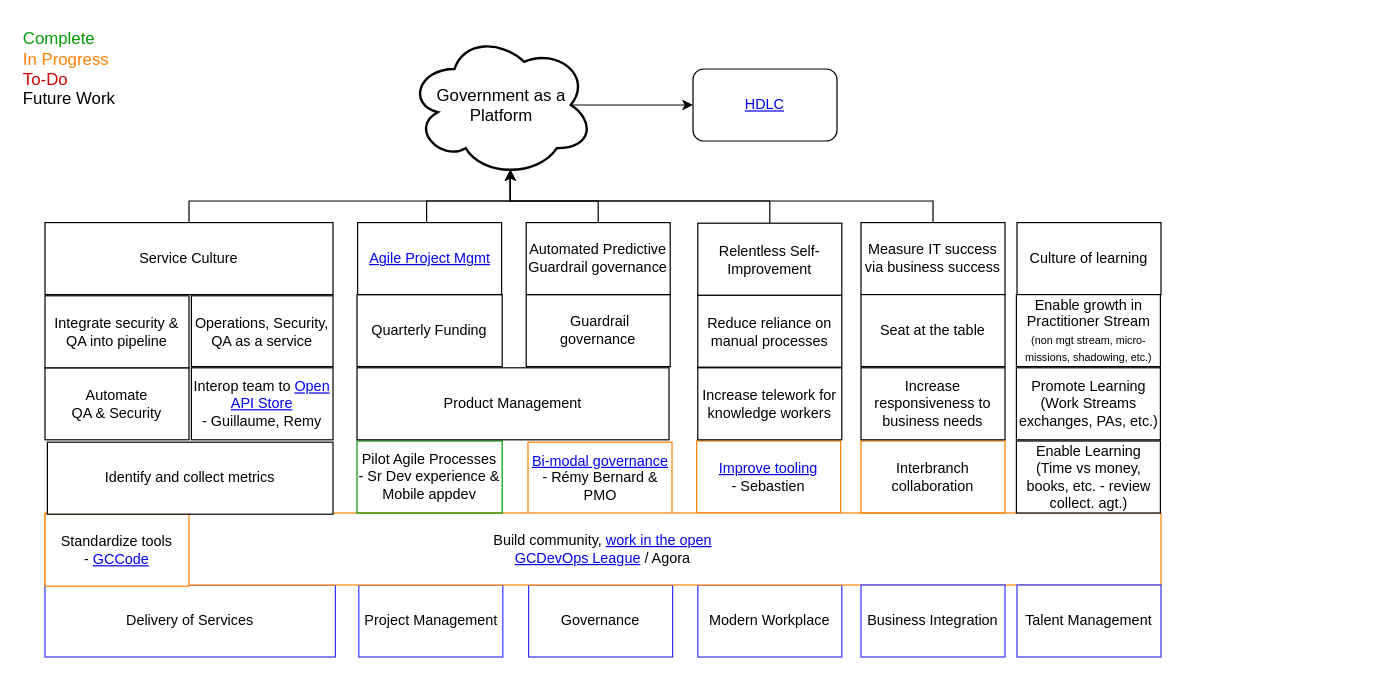
Before: Strategies/StrategySummary.drawio in sara-sabr/ITStrategy, a draw.io diagram. Source tidied: cells renumbered, new cells numbered last; positions are measured from the earlier drawing's top-left corner, leaving out a move shared by most shapes. Both pictures are drawn from the tidied source at 120%, with x=0, y=0 at pixel (20, 20).
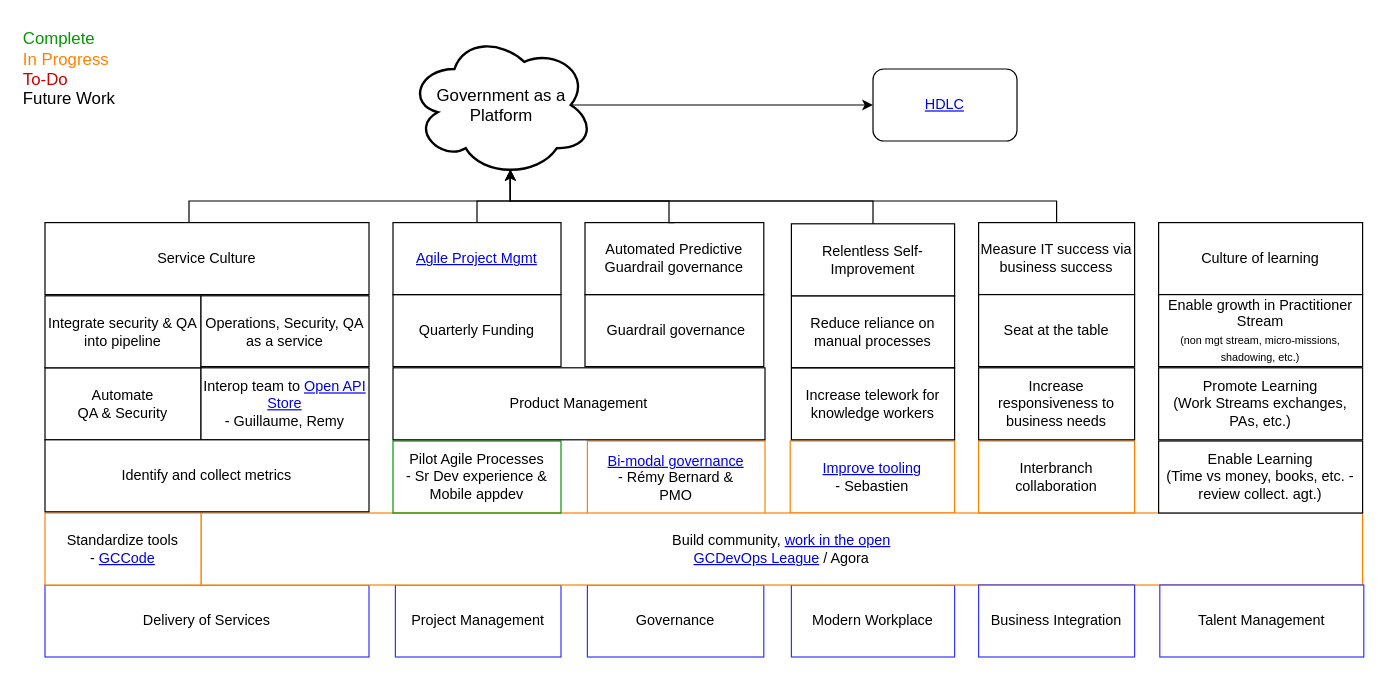
After the change.

Commit message:
Expand boxes to make it more readable

The change refers to these unchanged cells:
```xml
<mxCell id="3" value="Government as a Platform" style="ellipse;shape=cloud;strokeWidth=2;fontSize=14;whiteSpace=wrap;html=1;align=center;" parent="1" vertex="1">
  <mxGeometry x="322.5" y="10" width="155" height="120" as="geometry" />
</mxCell>
```

What changed in the source:
```diff
@@
     <mxCell id="4" value="&lt;a href=&quot;https://github.com/sara-sabr/ITStrategy/blob/master/Strategies/HumanDevelopmentLifeCycle.md&quot;&gt;HDLC&lt;/a&gt;" style="rounded=1;whiteSpace=wrap;html=1;" parent="1" vertex="1">
-      <mxGeometry x="560" y="40" width="120" height="60" as="geometry" />
+      <mxGeometry x="710" y="40" width="120" height="60" as="geometry" />
     </mxCell>
     <mxCell id="5" value="Delivery of Services" style="rounded=0;whiteSpace=wrap;html=1;strokeColor=#3333FF;" parent="1" vertex="1">
-      <mxGeometry x="20" y="470" width="242" height="60" as="geometry" />
+      <mxGeometry x="20" y="470" width="270" height="60" as="geometry" />
     </mxCell>
     <mxCell id="6" value="Project Management" style="rounded=0;whiteSpace=wrap;html=1;strokeColor=#3333FF;" parent="1" vertex="1">
-      <mxGeometry x="281.5" y="470" width="120" height="60" as="geometry" />
+      <mxGeometry x="312" y="470" width="138" height="60" as="geometry" />
     </mxCell>
     <mxCell id="7" value="Governance" style="rounded=0;whiteSpace=wrap;html=1;strokeColor=#3333FF;" parent="1" vertex="1">
-      <mxGeometry x="423" y="470" width="120" height="60" as="geometry" />
+      <mxGeometry x="472" y="470" width="147" height="60" as="geometry" />
     </mxCell>
     <mxCell id="8" value="Modern Workplace" style="rounded=0;whiteSpace=wrap;html=1;strokeColor=#3333FF;" parent="1" vertex="1">
-      <mxGeometry x="564" y="470" width="120" height="60" as="geometry" />
+      <mxGeometry x="642" y="470" width="136" height="60" as="geometry" />
     </mxCell>
     <mxCell id="9" value="&lt;div&gt;&lt;a href=&quot;https://github.com/sara-sabr/ITStrategy/blob/master/Strategies/WebServicesAccess.md#sites-that-are-blocked-and-not-blocked&quot;&gt;Improve tooling&lt;/a&gt;&lt;/div&gt;&lt;div&gt;&lt;font color=&quot;#CC0000&quot;&gt;&lt;font color=&quot;#000000&quot;&gt;- Sebastien&lt;/font&gt;&lt;br&gt;&lt;/font&gt;&lt;/div&gt;" style="rounded=0;whiteSpace=wrap;html=1;strokeColor=#FF8000;" parent="1" vertex="1">
-      <mxGeometry x="563" y="350" width="120" height="60" as="geometry" />
+      <mxGeometry x="641" y="350" width="137" height="60" as="geometry" />
     </mxCell>
     <mxCell id="10" value="&lt;div&gt;&lt;a href=&quot;https://github.com/sara-sabr/ITStrategy/blob/master/Strategies/TransitionToPartner.md#6-adopt-a-bi-modal-governance-and-delivery&quot;&gt;Bi-modal governance&lt;/a&gt;&lt;/div&gt;&lt;div&gt;- Rémy Bernard &amp;amp;&lt;/div&gt;&lt;div&gt;PMO&lt;/div&gt;" style="rounded=0;whiteSpace=wrap;html=1;strokeColor=#FF8000;" parent="1" vertex="1">
-      <mxGeometry x="422.5" y="351" width="120" height="60" as="geometry" />
+      <mxGeometry x="472" y="350" width="148" height="61" as="geometry" />
     </mxCell>
     <mxCell id="11" value="&lt;div&gt;Build community, &lt;a href=&quot;https://github.com/sara-sabr/ITStrategy/blob/master/Strategies/TransitionToPartner.md#7-transition-to-working-in-the-open-by-default&quot;&gt;work in the open&lt;/a&gt;&lt;br&gt;&lt;/div&gt;&lt;div&gt;&lt;a href=&quot;https://twitter.com/search?q=%23GCDevOpsLeague&amp;amp;src=tyah&quot;&gt;GCDevOps League&lt;/a&gt; / Agora&lt;br&gt;&lt;/div&gt;" style="rounded=0;whiteSpace=wrap;html=1;strokeColor=#FF8000;" parent="1" vertex="1">
-      <mxGeometry x="20" y="410" width="930" height="60" as="geometry" />
+      <mxGeometry x="150" y="410" width="968" height="60" as="geometry" />
     </mxCell>
     <mxCell id="12" style="edgeStyle=orthogonalEdgeStyle;rounded=0;jettySize=auto;html=1;entryX=0.55;entryY=0.95;entryDx=0;entryDy=0;entryPerimeter=0;exitX=0.5;exitY=0;exitDx=0;exitDy=0;" parent="1" edge="1" source="42" target="3">
       <mxGeometry relative="1" as="geometry">
         <Array as="points">
-          <mxPoint x="624" y="150" />
+          <mxPoint x="710" y="150" />
           <mxPoint x="408" y="150" />
         </Array>
       </mxGeometry>
     </mxCell>
     <mxCell id="13" value="Reduce reliance on manual processes" style="rounded=0;whiteSpace=wrap;html=1;strokeColor=#000000;" parent="1" vertex="1">
-      <mxGeometry x="564" y="228.5" width="120" height="60" as="geometry" />
+      <mxGeometry x="642" y="229" width="136" height="60" as="geometry" />
     </mxCell>
     <mxCell id="14" value="&lt;div&gt;Automate &lt;br&gt;&lt;/div&gt;&lt;div&gt;QA &amp;amp; Security&lt;/div&gt;" style="rounded=0;whiteSpace=wrap;html=1;strokeColor=#000000;" parent="1" vertex="1">
-      <mxGeometry x="20" y="289" width="120" height="60" as="geometry" />
+      <mxGeometry x="20" y="289" width="130" height="60" as="geometry" />
     </mxCell>
     <mxCell id="15" value="&lt;div&gt;Standardize tools&lt;/div&gt;&lt;div&gt;- &lt;a href=&quot;https://github.com/gcdevops/strategie-devops-strategy/blob/WorkInProgress/Content/OfficalGCCodeSupport.md&quot;&gt;GCCode&lt;/a&gt;&lt;br&gt;&lt;/div&gt;" style="rounded=0;whiteSpace=wrap;html=1;strokeColor=#FF8000;" parent="1" vertex="1">
-      <mxGeometry x="20" y="411" width="120" height="60" as="geometry" />
+      <mxGeometry x="20" y="410" width="130" height="60" as="geometry" />
     </mxCell>
     <mxCell id="16" value="Integrate security &amp;amp; QA into pipeline" style="rounded=0;whiteSpace=wrap;html=1;strokeColor=#000000;" parent="1" vertex="1">
-      <mxGeometry x="20" y="229" width="120" height="60" as="geometry" />
+      <mxGeometry x="20" y="229" width="130" height="60" as="geometry" />
     </mxCell>
     <mxCell id="17" style="edgeStyle=orthogonalEdgeStyle;rounded=0;jettySize=auto;html=1;exitX=0.5;exitY=0;exitDx=0;exitDy=0;entryX=0.55;entryY=0.95;entryDx=0;entryDy=0;entryPerimeter=0;" parent="1" edge="1" source="18" target="3">
       <mxGeometry relative="1" as="geometry">
         <Array as="points">
-          <mxPoint x="338" y="150" />
+          <mxPoint x="380" y="150" />
           <mxPoint x="408" y="150" />
         </Array>
       </mxGeometry>
     </mxCell>
     <mxCell id="18" value="&lt;a href=&quot;https://github.com/sara-sabr/ITStrategy/blob/master/Strategies/TransitionToPartner.md#5-shift-to-product-management&quot;&gt;Agile Project Mgmt&lt;br&gt;&lt;/a&gt;" style="rounded=0;whiteSpace=wrap;html=1;strokeColor=#000000;" parent="1" vertex="1">
-      <mxGeometry x="280.5" y="168" width="120" height="60" as="geometry" />
+      <mxGeometry x="310" y="168" width="140" height="60" as="geometry" />
     </mxCell>
     <mxCell id="19" value="&lt;div&gt;Interop team to &lt;a href=&quot;https://api.canada.ca/en/homepage&quot;&gt;Open API Store&lt;/a&gt;&lt;/div&gt;&lt;div&gt;- Guillaume, Remy&lt;br&gt;&lt;/div&gt;" style="rounded=0;whiteSpace=wrap;html=1;strokeColor=#000000;" parent="1" vertex="1">
-      <mxGeometry x="142" y="289" width="118" height="60" as="geometry" />
+      <mxGeometry x="150" y="289" width="140" height="60" as="geometry" />
     </mxCell>
     <mxCell id="20" value="Operations, Security, QA as a service" style="rounded=0;whiteSpace=wrap;html=1;strokeColor=#000000;" parent="1" vertex="1">
-      <mxGeometry x="142" y="229" width="118" height="59" as="geometry" />
+      <mxGeometry x="150" y="229" width="140" height="59" as="geometry" />
     </mxCell>
     <mxCell id="21" value="Business Integration" style="rounded=0;whiteSpace=wrap;html=1;strokeColor=#3333FF;" parent="1" vertex="1">
-      <mxGeometry x="700" y="470" width="120" height="60" as="geometry" />
+      <mxGeometry x="798" y="470" width="130" height="60" as="geometry" />
     </mxCell>
     <mxCell id="22" style="edgeStyle=orthogonalEdgeStyle;rounded=0;jettySize=auto;html=1;exitX=0.5;exitY=0;exitDx=0;exitDy=0;entryX=0.55;entryY=0.95;entryDx=0;entryDy=0;entryPerimeter=0;" parent="1" edge="1" source="23" target="3">
       <mxGeometry relative="1" as="geometry">
         <Array as="points">
-          <mxPoint x="760" y="150" />
+          <mxPoint x="863" y="150" />
           <mxPoint x="408" y="150" />
         </Array>
       </mxGeometry>
     </mxCell>
     <mxCell id="23" value="Measure IT success via business success" style="rounded=0;whiteSpace=wrap;html=1;strokeColor=#000000;" parent="1" vertex="1">
-      <mxGeometry x="700" y="168" width="120" height="60" as="geometry" />
+      <mxGeometry x="798" y="168" width="130" height="60" as="geometry" />
     </mxCell>
@@
     <mxCell id="26" value="&lt;div&gt;Service Culture&lt;/div&gt;" style="rounded=0;whiteSpace=wrap;html=1;strokeColor=#000000;" parent="1" vertex="1">
-      <mxGeometry x="20" y="168" width="240" height="60" as="geometry" />
+      <mxGeometry x="20" y="168" width="270" height="60" as="geometry" />
     </mxCell>
     <mxCell id="27" style="edgeStyle=orthogonalEdgeStyle;rounded=0;jettySize=auto;html=1;exitX=0.5;exitY=0;exitDx=0;exitDy=0;entryX=0.55;entryY=0.95;entryDx=0;entryDy=0;entryPerimeter=0;" parent="1" edge="1" source="28" target="3">
       <mxGeometry relative="1" as="geometry">
         <Array as="points">
-          <mxPoint x="481" y="150" />
+          <mxPoint x="540" y="168" />
+          <mxPoint x="540" y="150" />
           <mxPoint x="408" y="150" />
         </Array>
       </mxGeometry>
     </mxCell>
     <mxCell id="28" value="Automated Predictive Guardrail governance" style="rounded=0;whiteSpace=wrap;html=1;strokeColor=#000000;fillColor=none;" parent="1" vertex="1">
-      <mxGeometry x="421" y="168" width="120" height="60" as="geometry" />
+      <mxGeometry x="470" y="168" width="149" height="60" as="geometry" />
     </mxCell>
     <mxCell id="29" value="Interbranch collaboration" style="rounded=0;whiteSpace=wrap;html=1;strokeColor=#FF8000;fillColor=none;" parent="1" vertex="1">
-      <mxGeometry x="700" y="350" width="120" height="60" as="geometry" />
+      <mxGeometry x="798" y="350" width="130" height="60" as="geometry" />
     </mxCell>
     <mxCell id="30" value="Increase responsiveness to business needs" style="rounded=0;whiteSpace=wrap;html=1;strokeColor=#000000;fillColor=none;" parent="1" vertex="1">
-      <mxGeometry x="700" y="289" width="120" height="60" as="geometry" />
+      <mxGeometry x="798" y="289" width="130" height="60" as="geometry" />
     </mxCell>
     <mxCell id="31" value="Increase telework for knowledge workers" style="rounded=0;whiteSpace=wrap;html=1;strokeColor=#000000;fillColor=none;" parent="1" vertex="1">
-      <mxGeometry x="564" y="289" width="120" height="60" as="geometry" />
+      <mxGeometry x="642" y="289" width="136" height="60" as="geometry" />
     </mxCell>
     <mxCell id="32" value="&lt;div&gt;Pilot Agile Processes&lt;/div&gt;&lt;div&gt;- Sr Dev experience &amp;amp; Mobile appdev&lt;br&gt;&lt;/div&gt;" style="rounded=0;whiteSpace=wrap;html=1;strokeColor=#009900;fillColor=none;" parent="1" vertex="1">
-      <mxGeometry x="280" y="350" width="121" height="60" as="geometry" />
+      <mxGeometry x="310" y="350" width="140" height="60" as="geometry" />
     </mxCell>
     <mxCell id="33" value="Product Management" style="rounded=0;whiteSpace=wrap;html=1;strokeColor=#000000;fillColor=none;" parent="1" vertex="1">
-      <mxGeometry x="280" y="289" width="260" height="60" as="geometry" />
+      <mxGeometry x="310" y="289" width="310" height="60" as="geometry" />
     </mxCell>
     <mxCell id="34" value="Seat at the table" style="rounded=0;whiteSpace=wrap;html=1;strokeColor=#000000;" parent="1" vertex="1">
-      <mxGeometry x="700" y="228" width="120" height="60" as="geometry" />
+      <mxGeometry x="798" y="228" width="130" height="60" as="geometry" />
     </mxCell>
     <mxCell id="35" value="Talent Management" style="rounded=0;whiteSpace=wrap;html=1;strokeColor=#3333FF;" parent="1" vertex="1">
-      <mxGeometry x="830" y="470" width="120" height="60" as="geometry" />
+      <mxGeometry x="949" y="470" width="170" height="60" as="geometry" />
     </mxCell>
     <mxCell id="36" value="&lt;span style=&quot;display: inline ; float: none ; background-color: transparent ; color: rgb(0 , 0 , 0) ; font-family: &amp;#34;helvetica&amp;#34; ; font-size: 12px ; font-style: normal ; font-variant: normal ; font-weight: 400 ; letter-spacing: normal ; text-align: center ; text-decoration: none ; text-indent: 0px ; text-transform: none ; white-space: normal ; word-spacing: 0px ; word-wrap: normal&quot;&gt;Culture of learning&lt;/span&gt;" style="rounded=0;whiteSpace=wrap;html=1;strokeColor=#000000;" parent="1" vertex="1">
-      <mxGeometry x="830" y="168" width="120" height="60" as="geometry" />
+      <mxGeometry x="948" y="168" width="170" height="60" as="geometry" />
     </mxCell>
     <mxCell id="37" value="Enable growth in Practitioner Stream&lt;br&gt;&lt;font style=&quot;font-size: 9px&quot;&gt;(non mgt stream, micro-missions, shadowing, etc.)&lt;/font&gt;" style="rounded=0;whiteSpace=wrap;html=1;strokeColor=#000000;" parent="1" vertex="1">
-      <mxGeometry x="829.5" y="228" width="120" height="60" as="geometry" />
+      <mxGeometry x="948" y="228" width="170" height="60" as="geometry" />
     </mxCell>
     <mxCell id="38" value="Enable Learning&lt;br&gt;(Time vs money, books, etc. - review collect. agt.)" style="rounded=0;whiteSpace=wrap;html=1;strokeColor=#000000;" parent="1" vertex="1">
-      <mxGeometry x="829.5" y="350" width="120" height="60" as="geometry" />
+      <mxGeometry x="948" y="350" width="170" height="60" as="geometry" />
     </mxCell>
     <mxCell id="39" value="Promote Learning&lt;br&gt;(Work Streams exchanges, PAs, etc.)" style="rounded=0;whiteSpace=wrap;html=1;strokeColor=#000000;" parent="1" vertex="1">
-      <mxGeometry x="829.5" y="289" width="120" height="60" as="geometry" />
+      <mxGeometry x="948" y="289" width="170" height="60" as="geometry" />
     </mxCell>
-    <mxCell id="40" value="&amp;nbsp;Guardrail governance" style="rounded=0;whiteSpace=wrap;html=1;strokeColor=#000000;fillColor=none;" parent="1" vertex="1">
-      <mxGeometry x="421" y="228" width="120" height="60" as="geometry" />
+    <mxCell id="40" value="&amp;nbsp;Guardrail governance" style="rounded=0;whiteSpace=wrap;html=1;strokeColor=#000000;fillColor=none;direction=west;" parent="1" vertex="1">
+      <mxGeometry x="470" y="228" width="149" height="60" as="geometry" />
     </mxCell>
     <mxCell id="41" value="Quarterly Funding" style="rounded=0;whiteSpace=wrap;html=1;strokeColor=#000000;fillColor=none;" parent="1" vertex="1">
-      <mxGeometry x="280" y="228" width="121" height="60" as="geometry" />
+      <mxGeometry x="310" y="228" width="140" height="60" as="geometry" />
     </mxCell>
     <mxCell id="42" value="Relentless Self-Improvement" style="rounded=0;whiteSpace=wrap;html=1;strokeColor=#000000;" parent="1" vertex="1">
-      <mxGeometry x="564" y="168.5" width="120" height="60" as="geometry" />
+      <mxGeometry x="642" y="169" width="136" height="60" as="geometry" />
     </mxCell>
     <mxCell id="43" value="Identify and collect metrics" style="rounded=0;whiteSpace=wrap;html=1;strokeColor=#000000;" parent="1" vertex="1">
-      <mxGeometry x="22" y="351" width="238" height="60" as="geometry" />
+      <mxGeometry x="20" y="349" width="270" height="60" as="geometry" />
     </mxCell>
```
